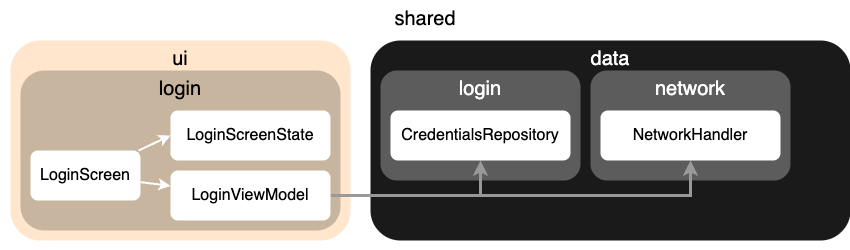
Earlier version of the draw.io export docs/UML/ProjectLayoutDiagram.drawio.png (KevinSchildhorn/FoToPresenter). Source tidied: cells renumbered, new cells last; positions are measured from the earlier drawing's top-left corner, leaving out a move shared by most shapes. Its diagram source:
```xml
<mxGraphModel>
  <root>
    <mxCell id="0" />
    <mxCell id="1" parent="0" />
    <mxCell id="2" value="shared" style="rounded=1;whiteSpace=wrap;html=1;fontSize=20;strokeColor=none;fillColor=#FFFFFF;verticalAlign=top;" parent="1" vertex="1">
      <mxGeometry width="850" height="250" as="geometry" />
    </mxCell>
    <mxCell id="3" value="data" style="rounded=1;whiteSpace=wrap;html=1;fontSize=20;verticalAlign=top;fillColor=#1A1A1A;fontColor=#FFFFFF;strokeColor=none;" parent="1" vertex="1">
      <mxGeometry x="370" y="40" width="480" height="200" as="geometry" />
    </mxCell>
    <mxCell id="4" value="login" style="rounded=1;whiteSpace=wrap;html=1;fontSize=20;verticalAlign=top;fillColor=#5C5C5C;fontColor=#FFFFFF;strokeColor=none;" parent="1" vertex="1">
      <mxGeometry x="380" y="70" width="200" height="110" as="geometry" />
    </mxCell>
    <mxCell id="5" value="network" style="rounded=1;whiteSpace=wrap;html=1;fontSize=20;verticalAlign=top;fillColor=#5C5C5C;fontColor=#FFFFFF;strokeColor=none;" parent="1" vertex="1">
      <mxGeometry x="590" y="70" width="200" height="110" as="geometry" />
    </mxCell>
    <mxCell id="6" value="ui" style="rounded=1;whiteSpace=wrap;html=1;fontSize=20;verticalAlign=top;fillColor=#ffe6cc;strokeColor=none;" parent="1" vertex="1">
      <mxGeometry x="10" y="40" width="340" height="200" as="geometry" />
    </mxCell>
    <mxCell id="7" value="login" style="rounded=1;whiteSpace=wrap;html=1;fontSize=20;verticalAlign=top;fillColor=#C7B59F;strokeColor=none;" parent="1" vertex="1">
      <mxGeometry x="20" y="70" width="320" height="160" as="geometry" />
    </mxCell>
    <mxCell id="8" style="rounded=0;jettySize=auto;html=1;entryX=0;entryY=0.5;entryDx=0;entryDy=0;strokeColor=#FFFFFF;strokeWidth=2;" parent="1" edge="1" source="10" target="11">
      <mxGeometry relative="1" as="geometry" />
    </mxCell>
    <mxCell id="9" style="rounded=0;jettySize=auto;html=1;strokeColor=#FFFFFF;strokeWidth=2;" parent="1" edge="1" source="10" target="14">
      <mxGeometry relative="1" as="geometry" />
    </mxCell>
    <mxCell id="10" value="LoginScreen" style="rounded=1;whiteSpace=wrap;html=1;fontSize=16;strokeColor=none;" parent="1" vertex="1">
      <mxGeometry x="30" y="150" width="110" height="50" as="geometry" />
    </mxCell>
    <mxCell id="11" value="LoginScreenState" style="rounded=1;whiteSpace=wrap;html=1;fontSize=16;strokeColor=none;" parent="1" vertex="1">
      <mxGeometry x="170" y="110" width="160" height="50" as="geometry" />
    </mxCell>
    <mxCell id="12" style="edgeStyle=orthogonalEdgeStyle;rounded=0;jettySize=auto;html=1;entryX=0.5;entryY=1;entryDx=0;entryDy=0;strokeWidth=3;strokeColor=#999999;" parent="1" edge="1" source="14" target="15">
      <mxGeometry relative="1" as="geometry" />
    </mxCell>
    <mxCell id="13" style="edgeStyle=orthogonalEdgeStyle;rounded=0;jettySize=auto;html=1;entryX=0.5;entryY=1;entryDx=0;entryDy=0;strokeWidth=3;strokeColor=#999999;" parent="1" edge="1" source="14" target="16">
      <mxGeometry relative="1" as="geometry" />
    </mxCell>
    <mxCell id="14" value="LoginViewModel" style="rounded=1;whiteSpace=wrap;html=1;fontSize=16;strokeColor=none;" parent="1" vertex="1">
      <mxGeometry x="170" y="170" width="160" height="50" as="geometry" />
    </mxCell>
    <mxCell id="15" value="CredentialsRepository" style="rounded=1;whiteSpace=wrap;html=1;fontSize=16;strokeColor=none;" parent="1" vertex="1">
      <mxGeometry x="390" y="110" width="180" height="50" as="geometry" />
    </mxCell>
    <mxCell id="16" value="NetworkHandler" style="rounded=1;whiteSpace=wrap;html=1;fontSize=16;strokeColor=none;" parent="1" vertex="1">
      <mxGeometry x="600" y="110" width="180" height="50" as="geometry" />
    </mxCell>
  </root>
</mxGraphModel>
```
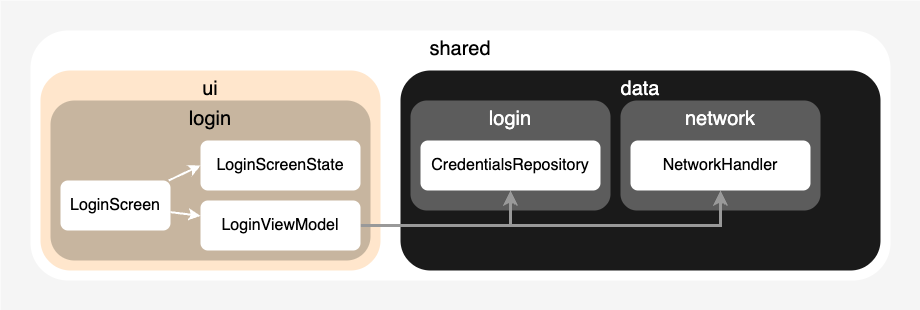
Above is the later version.

Change to the diagram source:
```diff
@@ -2,8 +2,11 @@
   <root>
     <mxCell id="0" />
     <mxCell id="1" parent="0" />
+    <mxCell id="17" style="rounded=0;whiteSpace=wrap;html=1;strokeColor=none;fillColor=#F5F5F5;" parent="1" vertex="1">
+      <mxGeometry x="-30" y="-30" width="920" height="310" as="geometry" />
+    </mxCell>
     <mxCell id="2" value="shared" style="rounded=1;whiteSpace=wrap;html=1;fontSize=20;strokeColor=none;fillColor=#FFFFFF;verticalAlign=top;" parent="1" vertex="1">
-      <mxGeometry width="850" height="250" as="geometry" />
+      <mxGeometry width="860" height="250" as="geometry" />
     </mxCell>
     <mxCell id="3" value="data" style="rounded=1;whiteSpace=wrap;html=1;fontSize=20;verticalAlign=top;fillColor=#1A1A1A;fontColor=#FFFFFF;strokeColor=none;" parent="1" vertex="1">
       <mxGeometry x="370" y="40" width="480" height="200" as="geometry" />
```
